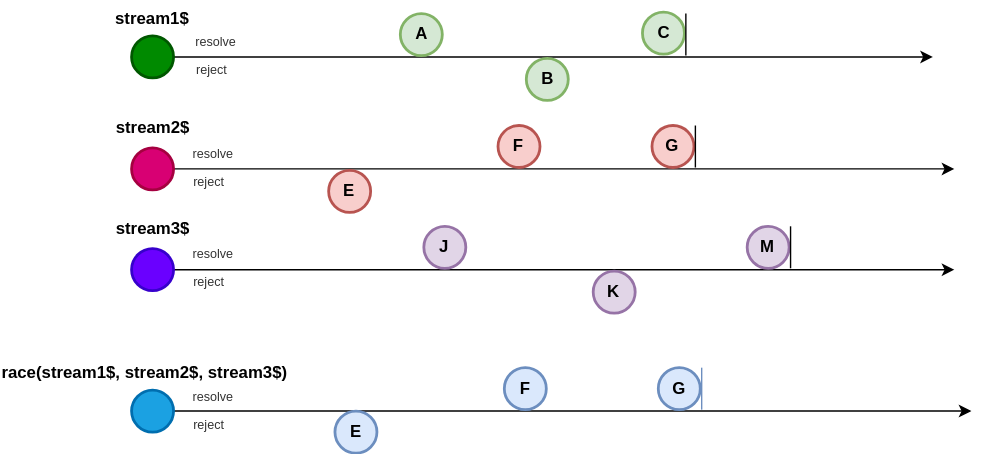
Before: docs/public/promiseRace.drawio.svg, a diagram exported from draw.io (fluthjs/fluth-doc). Source tidied: cells renumbered, new cells last; positions are measured from the earlier drawing's top-left corner, leaving out a move shared by most shapes. Source of this version:
```xml
<mxGraphModel>
  <root>
    <mxCell id="0" />
    <mxCell id="1" parent="0" />
    <mxCell id="2" style="edgeStyle=orthogonalEdgeStyle;rounded=0;jettySize=auto;html=1;" parent="1" edge="1" source="3">
      <mxGeometry relative="1" as="geometry">
        <mxPoint x="667" y="40" as="targetPoint" />
      </mxGeometry>
    </mxCell>
    <mxCell id="3" style="ellipse;whiteSpace=wrap;html=1;strokeWidth=2;fontStyle=1;fillColor=#008a00;fontColor=#ffffff;strokeColor=#005700;" parent="1" vertex="1">
      <mxGeometry x="94.5" y="25" width="30" height="30" as="geometry" />
    </mxCell>
    <mxCell id="4" style="edgeStyle=orthogonalEdgeStyle;rounded=0;jettySize=auto;html=1;exitX=1;exitY=0.5;exitDx=0;exitDy=0;" parent="1" edge="1" source="7">
      <mxGeometry relative="1" as="geometry">
        <mxPoint x="682.3" y="120" as="targetPoint" />
        <Array as="points">
          <mxPoint x="134.3" y="120" />
        </Array>
      </mxGeometry>
    </mxCell>
    <mxCell id="5" value="&lt;b&gt;stream1$&lt;/b&gt;" style="text;html=1;align=center;verticalAlign=middle;whiteSpace=wrap;rounded=0;" parent="1" vertex="1">
      <mxGeometry x="27" width="165" height="26" as="geometry" />
    </mxCell>
    <mxCell id="6" value="&lt;b&gt;stream2$&lt;/b&gt;" style="text;html=1;align=center;verticalAlign=middle;whiteSpace=wrap;rounded=0;" parent="1" vertex="1">
      <mxGeometry x="34.5" y="78" width="150" height="26" as="geometry" />
    </mxCell>
    <mxCell id="7" style="ellipse;whiteSpace=wrap;html=1;strokeWidth=2;fontStyle=1;fillColor=#d80073;fontColor=#ffffff;strokeColor=#A50040;" parent="1" vertex="1">
      <mxGeometry x="94.5" y="105" width="30" height="30" as="geometry" />
    </mxCell>
    <mxCell id="8" value="A" style="ellipse;whiteSpace=wrap;html=1;strokeWidth=2;fontStyle=1;fillColor=#d5e8d4;strokeColor=#82b366;" parent="1" vertex="1">
      <mxGeometry x="286.5" y="9" width="30" height="30" as="geometry" />
    </mxCell>
    <mxCell id="9" value="B" style="ellipse;whiteSpace=wrap;html=1;strokeWidth=2;fontStyle=1;fillColor=#d5e8d4;strokeColor=#82b366;" parent="1" vertex="1">
      <mxGeometry x="376.5" y="41" width="30" height="30" as="geometry" />
    </mxCell>
    <mxCell id="10" value="C" style="ellipse;whiteSpace=wrap;html=1;strokeWidth=2;fontStyle=1;fillColor=#d5e8d4;strokeColor=#82b366;" parent="1" vertex="1">
      <mxGeometry x="459.5" y="8" width="30" height="30" as="geometry" />
    </mxCell>
    <mxCell id="11" value="E" style="ellipse;whiteSpace=wrap;html=1;strokeWidth=2;fontStyle=1;fillColor=#f8cecc;strokeColor=#b85450;" parent="1" vertex="1">
      <mxGeometry x="235.3" y="121" width="30" height="30" as="geometry" />
    </mxCell>
    <mxCell id="12" value="F" style="ellipse;whiteSpace=wrap;html=1;strokeWidth=2;fontStyle=1;fillColor=#f8cecc;strokeColor=#b85450;" parent="1" vertex="1">
      <mxGeometry x="356.3" y="89" width="30" height="30" as="geometry" />
    </mxCell>
    <mxCell id="13" value="G" style="ellipse;whiteSpace=wrap;html=1;strokeWidth=2;fontStyle=1;fillColor=#f8cecc;strokeColor=#b85450;" parent="1" vertex="1">
      <mxGeometry x="466.3" y="89" width="30" height="30" as="geometry" />
    </mxCell>
    <mxCell id="14" style="endArrow=none;html=1;rounded=0;strokeWidth=1;" parent="1" edge="1">
      <mxGeometry relative="1" as="geometry">
        <mxPoint x="490.5" y="39" as="sourcePoint" />
        <mxPoint x="490.5" y="9" as="targetPoint" />
      </mxGeometry>
    </mxCell>
    <mxCell id="15" style="endArrow=none;html=1;rounded=0;strokeWidth=1;" parent="1" edge="1">
      <mxGeometry relative="1" as="geometry">
        <mxPoint x="497.3" y="119" as="sourcePoint" />
        <mxPoint x="497.3" y="89" as="targetPoint" />
      </mxGeometry>
    </mxCell>
    <mxCell id="16" value="race(stream1$, stream2$, stream3$)" style="text;whiteSpace=wrap;strokeWidth=1;fontStyle=1;" parent="1" vertex="1">
      <mxGeometry x="0.4" y="252" width="218.2" height="24" as="geometry" />
    </mxCell>
    <mxCell id="17" style="edgeStyle=orthogonalEdgeStyle;rounded=0;jettySize=auto;html=1;" parent="1" edge="1" source="18">
      <mxGeometry relative="1" as="geometry">
        <mxPoint x="694.5" y="293" as="targetPoint" />
      </mxGeometry>
    </mxCell>
    <mxCell id="18" style="ellipse;whiteSpace=wrap;html=1;strokeWidth=2;fontStyle=1;fillColor=#1ba1e2;fontColor=#ffffff;strokeColor=#006EAF;" parent="1" vertex="1">
      <mxGeometry x="94.5" y="278" width="30" height="30" as="geometry" />
    </mxCell>
    <mxCell id="19" style="edgeStyle=orthogonalEdgeStyle;rounded=0;jettySize=auto;html=1;exitX=1;exitY=0.5;exitDx=0;exitDy=0;" parent="1" edge="1" source="21">
      <mxGeometry relative="1" as="geometry">
        <mxPoint x="682.3" y="192" as="targetPoint" />
        <Array as="points">
          <mxPoint x="134.3" y="192" />
        </Array>
      </mxGeometry>
    </mxCell>
    <mxCell id="20" value="&lt;b&gt;stream3$&lt;/b&gt;" style="text;html=1;align=center;verticalAlign=middle;whiteSpace=wrap;rounded=0;" parent="1" vertex="1">
      <mxGeometry x="34.5" y="150" width="150" height="26" as="geometry" />
    </mxCell>
    <mxCell id="21" style="ellipse;whiteSpace=wrap;html=1;strokeWidth=2;fontStyle=1;fillColor=#6a00ff;fontColor=#ffffff;strokeColor=#3700CC;" parent="1" vertex="1">
      <mxGeometry x="94.5" y="177" width="30" height="30" as="geometry" />
    </mxCell>
    <mxCell id="22" value="J" style="ellipse;whiteSpace=wrap;html=1;strokeWidth=2;fontStyle=1;fillColor=#e1d5e7;strokeColor=#9673a6;" parent="1" vertex="1">
      <mxGeometry x="303.3" y="161" width="30" height="30" as="geometry" />
    </mxCell>
    <mxCell id="23" value="K" style="ellipse;whiteSpace=wrap;html=1;strokeWidth=2;fontStyle=1;fillColor=#e1d5e7;strokeColor=#9673a6;" parent="1" vertex="1">
      <mxGeometry x="424.3" y="193" width="30" height="30" as="geometry" />
    </mxCell>
    <mxCell id="24" value="M" style="ellipse;whiteSpace=wrap;html=1;strokeWidth=2;fontStyle=1;fillColor=#e1d5e7;strokeColor=#9673a6;" parent="1" vertex="1">
      <mxGeometry x="534.3" y="161" width="30" height="30" as="geometry" />
    </mxCell>
    <mxCell id="25" style="endArrow=none;html=1;rounded=0;strokeWidth=1;fillColor=#e1d5e7;strokeColor=default;" parent="1" edge="1">
      <mxGeometry relative="1" as="geometry">
        <mxPoint x="565.3" y="191" as="sourcePoint" />
        <mxPoint x="565.3" y="161" as="targetPoint" />
      </mxGeometry>
    </mxCell>
    <mxCell id="26" value="E" style="ellipse;whiteSpace=wrap;html=1;strokeWidth=2;fontStyle=1;fillColor=#dae8fc;strokeColor=#6c8ebf;" parent="1" vertex="1">
      <mxGeometry x="239.8" y="293" width="30" height="30" as="geometry" />
    </mxCell>
    <mxCell id="27" value="F" style="ellipse;whiteSpace=wrap;html=1;strokeWidth=2;fontStyle=1;fillColor=#dae8fc;strokeColor=#6c8ebf;" parent="1" vertex="1">
      <mxGeometry x="360.8" y="262" width="30" height="30" as="geometry" />
    </mxCell>
    <mxCell id="28" value="G" style="ellipse;whiteSpace=wrap;html=1;strokeWidth=2;fontStyle=1;fillColor=#dae8fc;strokeColor=#6c8ebf;" parent="1" vertex="1">
      <mxGeometry x="470.8" y="262" width="30" height="30" as="geometry" />
    </mxCell>
    <mxCell id="29" style="endArrow=none;html=1;rounded=0;strokeWidth=1;fillColor=#dae8fc;strokeColor=#6c8ebf;" parent="1" edge="1">
      <mxGeometry relative="1" as="geometry">
        <mxPoint x="501.8" y="292" as="sourcePoint" />
        <mxPoint x="501.8" y="262" as="targetPoint" />
      </mxGeometry>
    </mxCell>
    <mxCell id="30" value="resolve" style="text;html=1;align=center;verticalAlign=middle;whiteSpace=wrap;rounded=0;fontSize=9;fontColor=#333333;" parent="1" vertex="1">
      <mxGeometry x="124.5" y="15" width="60" height="30" as="geometry" />
    </mxCell>
    <mxCell id="31" value="reject" style="text;html=1;align=center;verticalAlign=middle;whiteSpace=wrap;rounded=0;fontSize=9;fontColor=#333333;" parent="1" vertex="1">
      <mxGeometry x="121.5" y="35" width="60" height="30" as="geometry" />
    </mxCell>
    <mxCell id="32" value="resolve" style="text;html=1;align=center;verticalAlign=middle;whiteSpace=wrap;rounded=0;fontSize=9;fontColor=#333333;" parent="1" vertex="1">
      <mxGeometry x="123" y="95" width="60" height="30" as="geometry" />
    </mxCell>
    <mxCell id="33" value="reject" style="text;html=1;align=center;verticalAlign=middle;whiteSpace=wrap;rounded=0;fontSize=9;fontColor=#333333;" parent="1" vertex="1">
      <mxGeometry x="120" y="115" width="60" height="30" as="geometry" />
    </mxCell>
    <mxCell id="34" value="resolve" style="text;html=1;align=center;verticalAlign=middle;whiteSpace=wrap;rounded=0;fontSize=9;fontColor=#333333;" parent="1" vertex="1">
      <mxGeometry x="123" y="166" width="60" height="30" as="geometry" />
    </mxCell>
    <mxCell id="35" value="reject" style="text;html=1;align=center;verticalAlign=middle;whiteSpace=wrap;rounded=0;fontSize=9;fontColor=#333333;" parent="1" vertex="1">
      <mxGeometry x="120" y="186" width="60" height="30" as="geometry" />
    </mxCell>
    <mxCell id="36" value="resolve" style="text;html=1;align=center;verticalAlign=middle;whiteSpace=wrap;rounded=0;fontSize=9;fontColor=#333333;" parent="1" vertex="1">
      <mxGeometry x="123" y="268" width="60" height="30" as="geometry" />
    </mxCell>
    <mxCell id="37" value="reject" style="text;html=1;align=center;verticalAlign=middle;whiteSpace=wrap;rounded=0;fontSize=9;fontColor=#333333;" parent="1" vertex="1">
      <mxGeometry x="120" y="288" width="60" height="30" as="geometry" />
    </mxCell>
  </root>
</mxGraphModel>
```
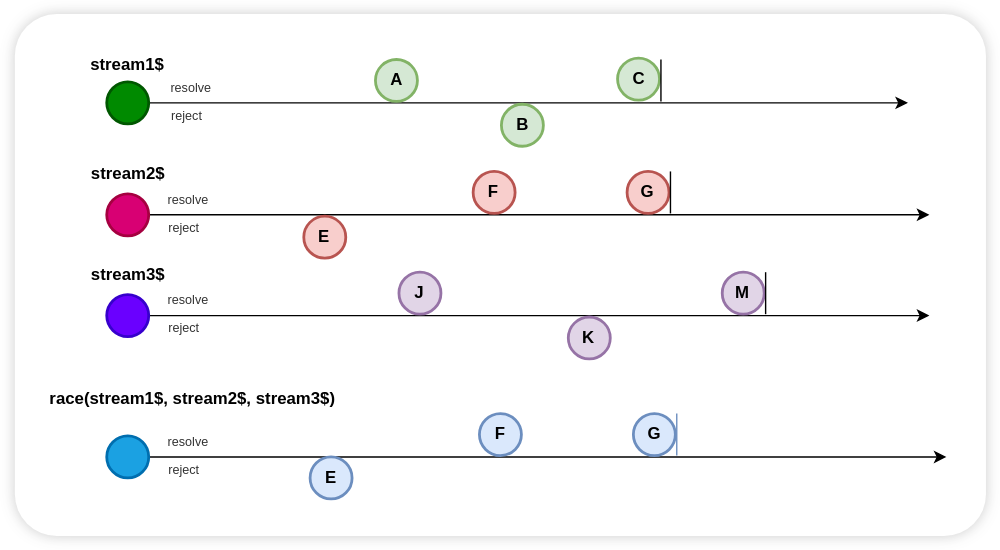
The same diagram one commit later.

Diff of the diagram source:
```diff
@@ -2,6 +2,9 @@
   <root>
     <mxCell id="0" />
     <mxCell id="1" parent="0" />
+    <mxCell id="38" style="rounded=1;whiteSpace=wrap;html=1;fontFamily=Helvetica;fontSize=11;fontColor=default;labelBackgroundColor=default;arcSize=8;shadow=1;glass=0;strokeColor=none;shadowOffsetX=0;shadowOffsetY=0;shadowBlur=5;shadowColor=#333333;" parent="1" vertex="1">
+      <mxGeometry x="28.8" y="-23.5" width="693.9" height="373" as="geometry" />
+    </mxCell>
     <mxCell id="2" style="edgeStyle=orthogonalEdgeStyle;rounded=0;jettySize=auto;html=1;" parent="1" edge="1" source="3">
       <mxGeometry relative="1" as="geometry">
         <mxPoint x="667" y="40" as="targetPoint" />
@@ -58,7 +61,7 @@
       </mxGeometry>
     </mxCell>
     <mxCell id="16" value="race(stream1$, stream2$, stream3$)" style="text;whiteSpace=wrap;strokeWidth=1;fontStyle=1;" parent="1" vertex="1">
-      <mxGeometry x="0.4" y="252" width="218.2" height="24" as="geometry" />
+      <mxGeometry x="51.5" y="238" width="218.2" height="24" as="geometry" />
     </mxCell>
     <mxCell id="17" style="edgeStyle=orthogonalEdgeStyle;rounded=0;jettySize=auto;html=1;" parent="1" edge="1" source="18">
       <mxGeometry relative="1" as="geometry">
```
